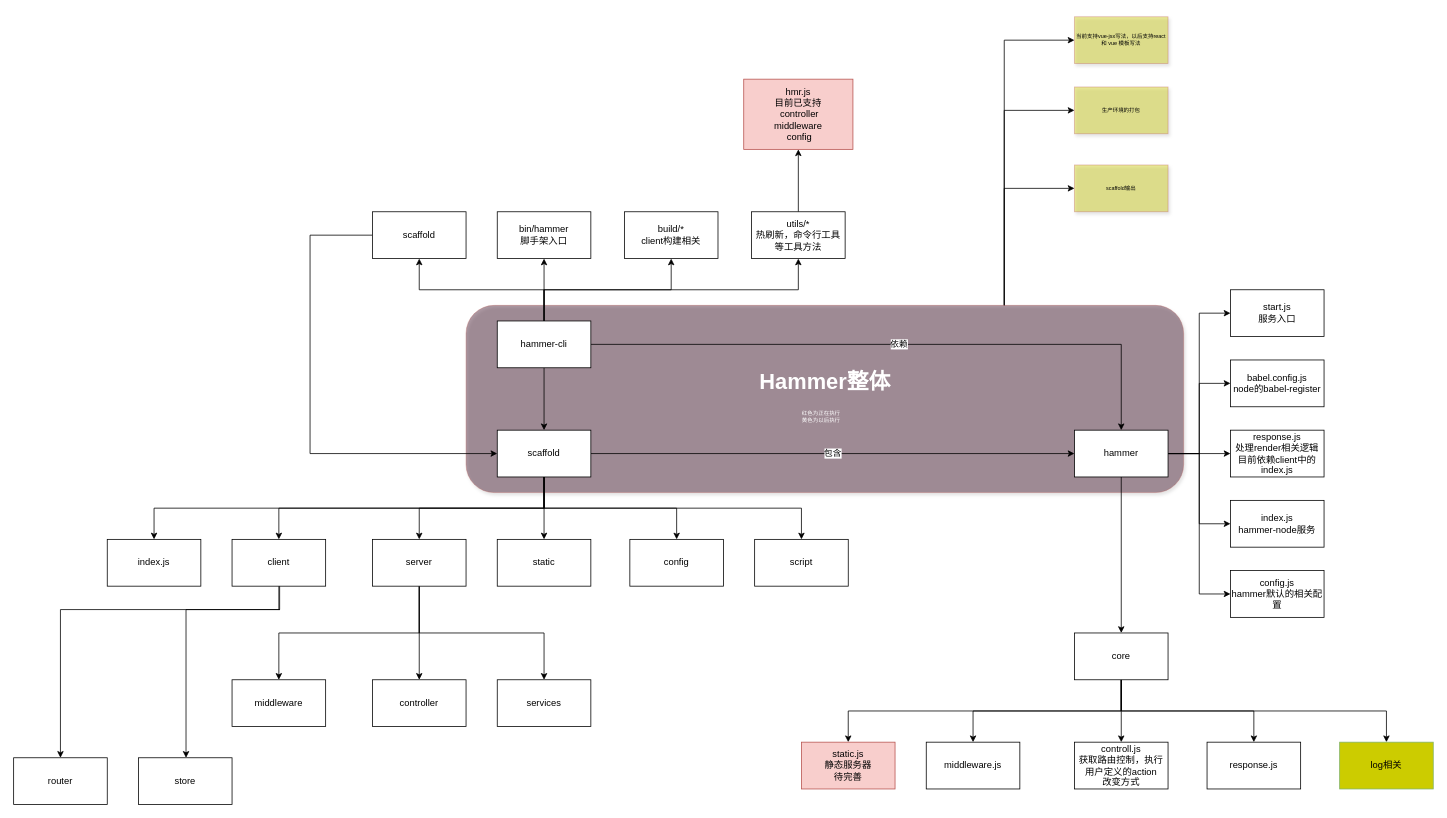
Before: design&progress.drawio in FoxDaxian/hammer, a draw.io diagram. Source tidied: cells renumbered, new cells numbered last; positions are measured from the earlier drawing's top-left corner, leaving out a move shared by most shapes. Both pictures are drawn from the tidied source at 78%, with x=0, y=0 at pixel (13, 16).
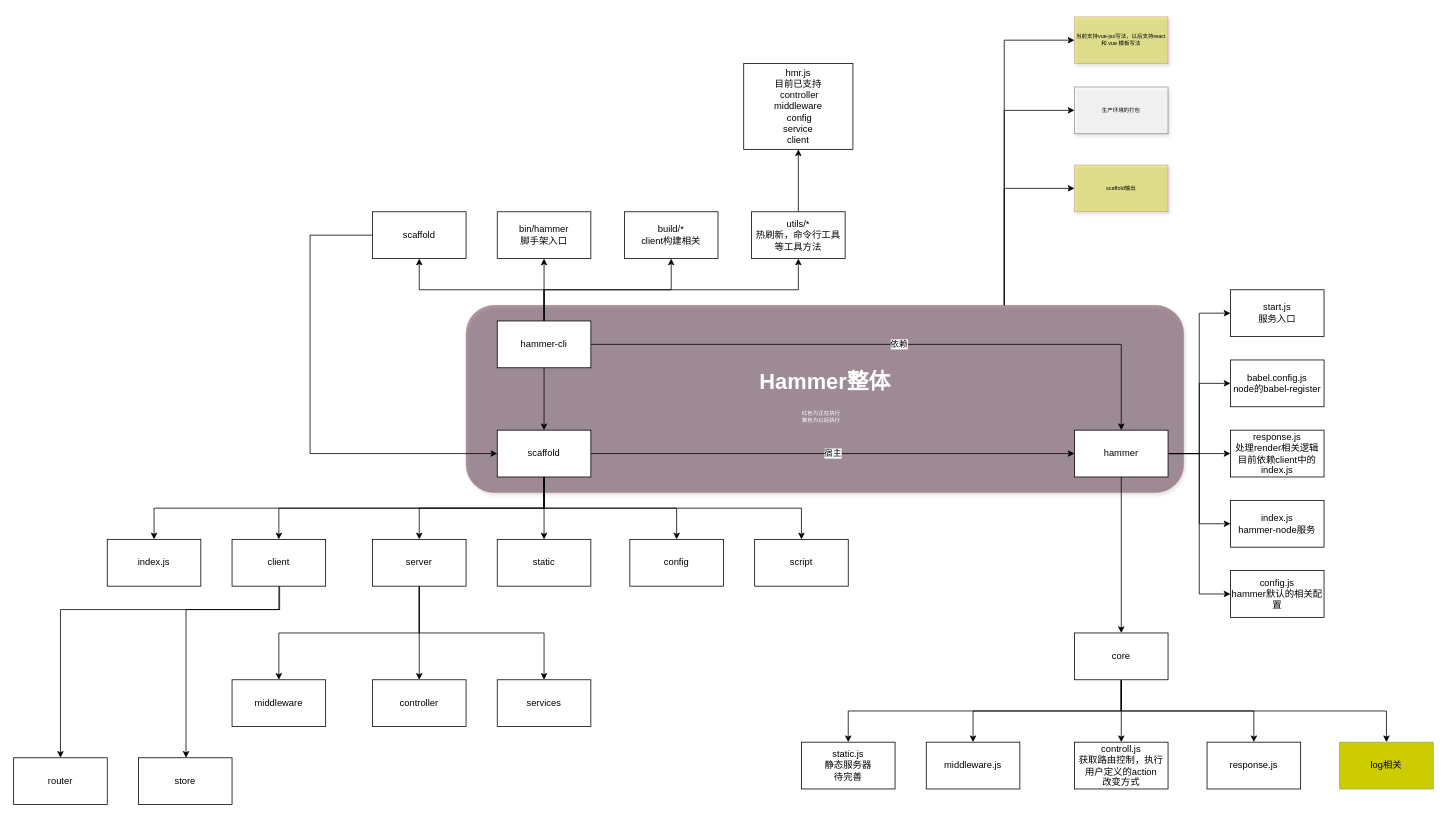
After the change.

Unchanged cells that the change refers to:
```xml
<mxCell id="21" value="scaffold" style="rounded=0;whiteSpace=wrap;html=1;" parent="1" vertex="1">
  <mxGeometry x="620" y="530" width="120" height="60" as="geometry" />
</mxCell>
<mxCell id="38" value="hammer" style="rounded=0;whiteSpace=wrap;html=1;" parent="1" vertex="1">
  <mxGeometry x="1360" y="530" width="120" height="60" as="geometry" />
</mxCell>
```

Change to the diagram source:
```diff
@@
-    <mxCell id="14" value="包含" style="edgeStyle=orthogonalEdgeStyle;rounded=0;jettySize=auto;html=1;exitX=1;exitY=0.5;exitDx=0;exitDy=0;entryX=0;entryY=0.5;entryDx=0;entryDy=0;" parent="1" edge="1" source="21" target="38">
+    <mxCell id="14" value="宿主" style="edgeStyle=orthogonalEdgeStyle;rounded=0;jettySize=auto;html=1;exitX=1;exitY=0.5;exitDx=0;exitDy=0;entryX=0;entryY=0.5;entryDx=0;entryDy=0;" parent="1" edge="1" source="21" target="38">
       <mxGeometry relative="1" as="geometry" />
     </mxCell>
@@
-    <mxCell id="59" value="static.js&lt;br&gt;静态服务器&lt;br&gt;待完善" style="rounded=0;whiteSpace=wrap;html=1;fillColor=#f8cecc;strokeColor=#b85450;" parent="1" vertex="1">
+    <mxCell id="59" value="static.js&lt;br&gt;静态服务器&lt;br&gt;待完善" style="rounded=0;whiteSpace=wrap;html=1;" parent="1" vertex="1">
       <mxGeometry x="1010" y="930" width="120" height="60" as="geometry" />
     </mxCell>
@@
-    <mxCell id="66" value="hmr.js&lt;br&gt;目前已支持&lt;br&gt;&amp;nbsp;controller &lt;br&gt;middleware&lt;br&gt;&amp;nbsp;config" style="rounded=0;whiteSpace=wrap;html=1;fillColor=#f8cecc;strokeColor=#b85450;" parent="1" vertex="1">
-      <mxGeometry x="936" y="80" width="140" height="90" as="geometry" />
+    <mxCell id="66" value="hmr.js&lt;br&gt;目前已支持&lt;br&gt;&amp;nbsp;controller &lt;br&gt;middleware&lt;br&gt;&amp;nbsp;config&lt;br&gt;service&lt;br&gt;client" style="rounded=0;whiteSpace=wrap;html=1;" parent="1" vertex="1">
+      <mxGeometry x="936" y="60" width="140" height="110" as="geometry" />
     </mxCell>
@@
-    <mxCell id="69" value="生产环境的打包" style="rounded=0;whiteSpace=wrap;html=1;shadow=1;glass=0;comic=0;strokeColor=#b85450;fillColor=#CCCC00;fontSize=7;fontColor=#000000;opacity=40;align=center;" parent="1" vertex="1">
+    <mxCell id="69" value="生产环境的打包" style="rounded=0;whiteSpace=wrap;html=1;shadow=1;glass=0;comic=0;fontSize=7;opacity=40;align=center;" parent="1" vertex="1">
       <mxGeometry x="1360" y="90" width="120" height="60" as="geometry" />
     </mxCell>
```
